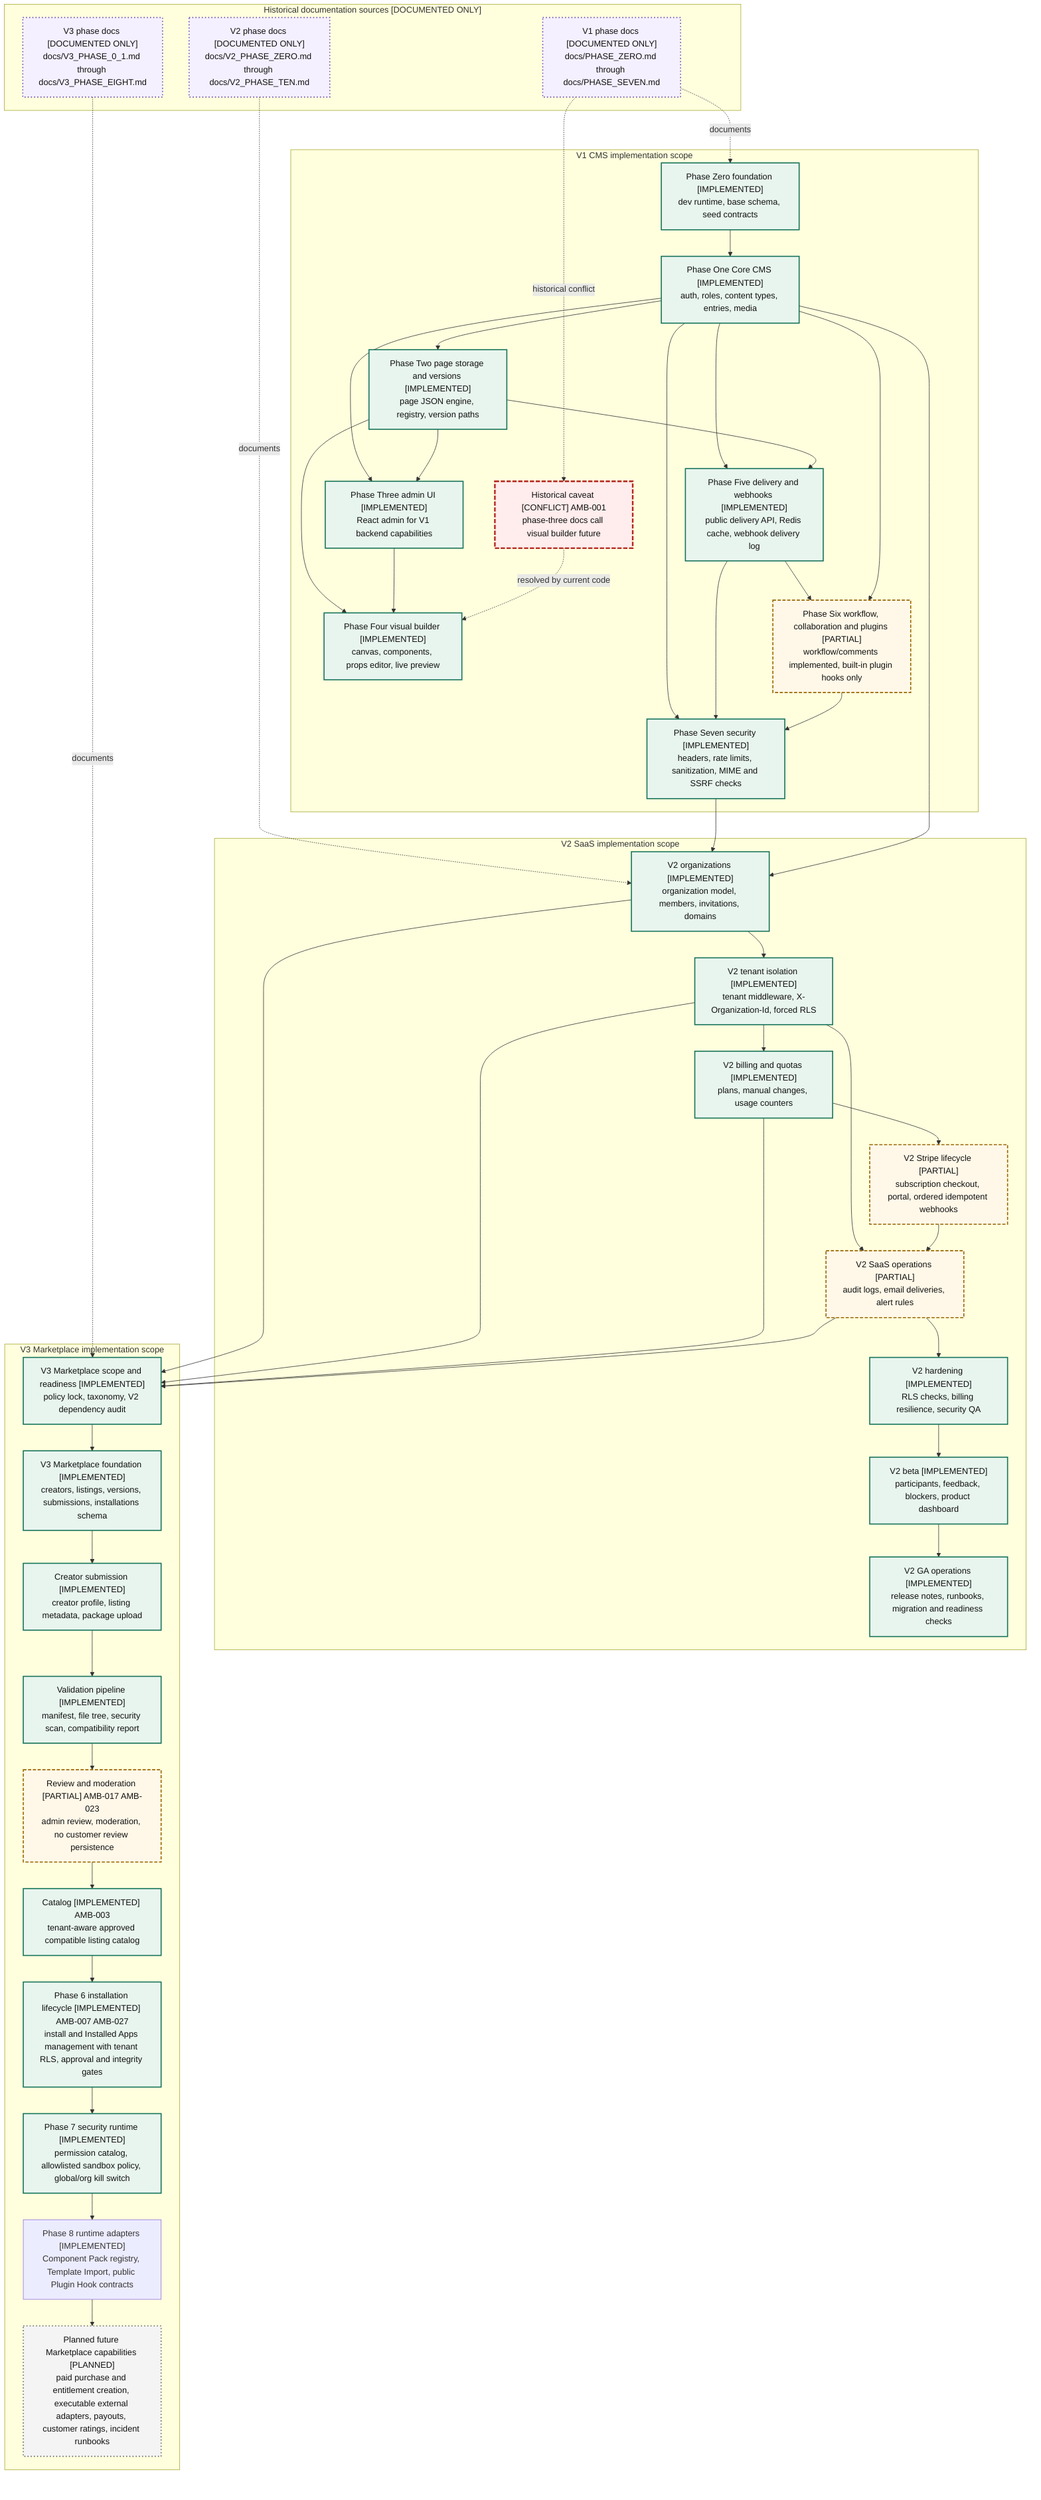
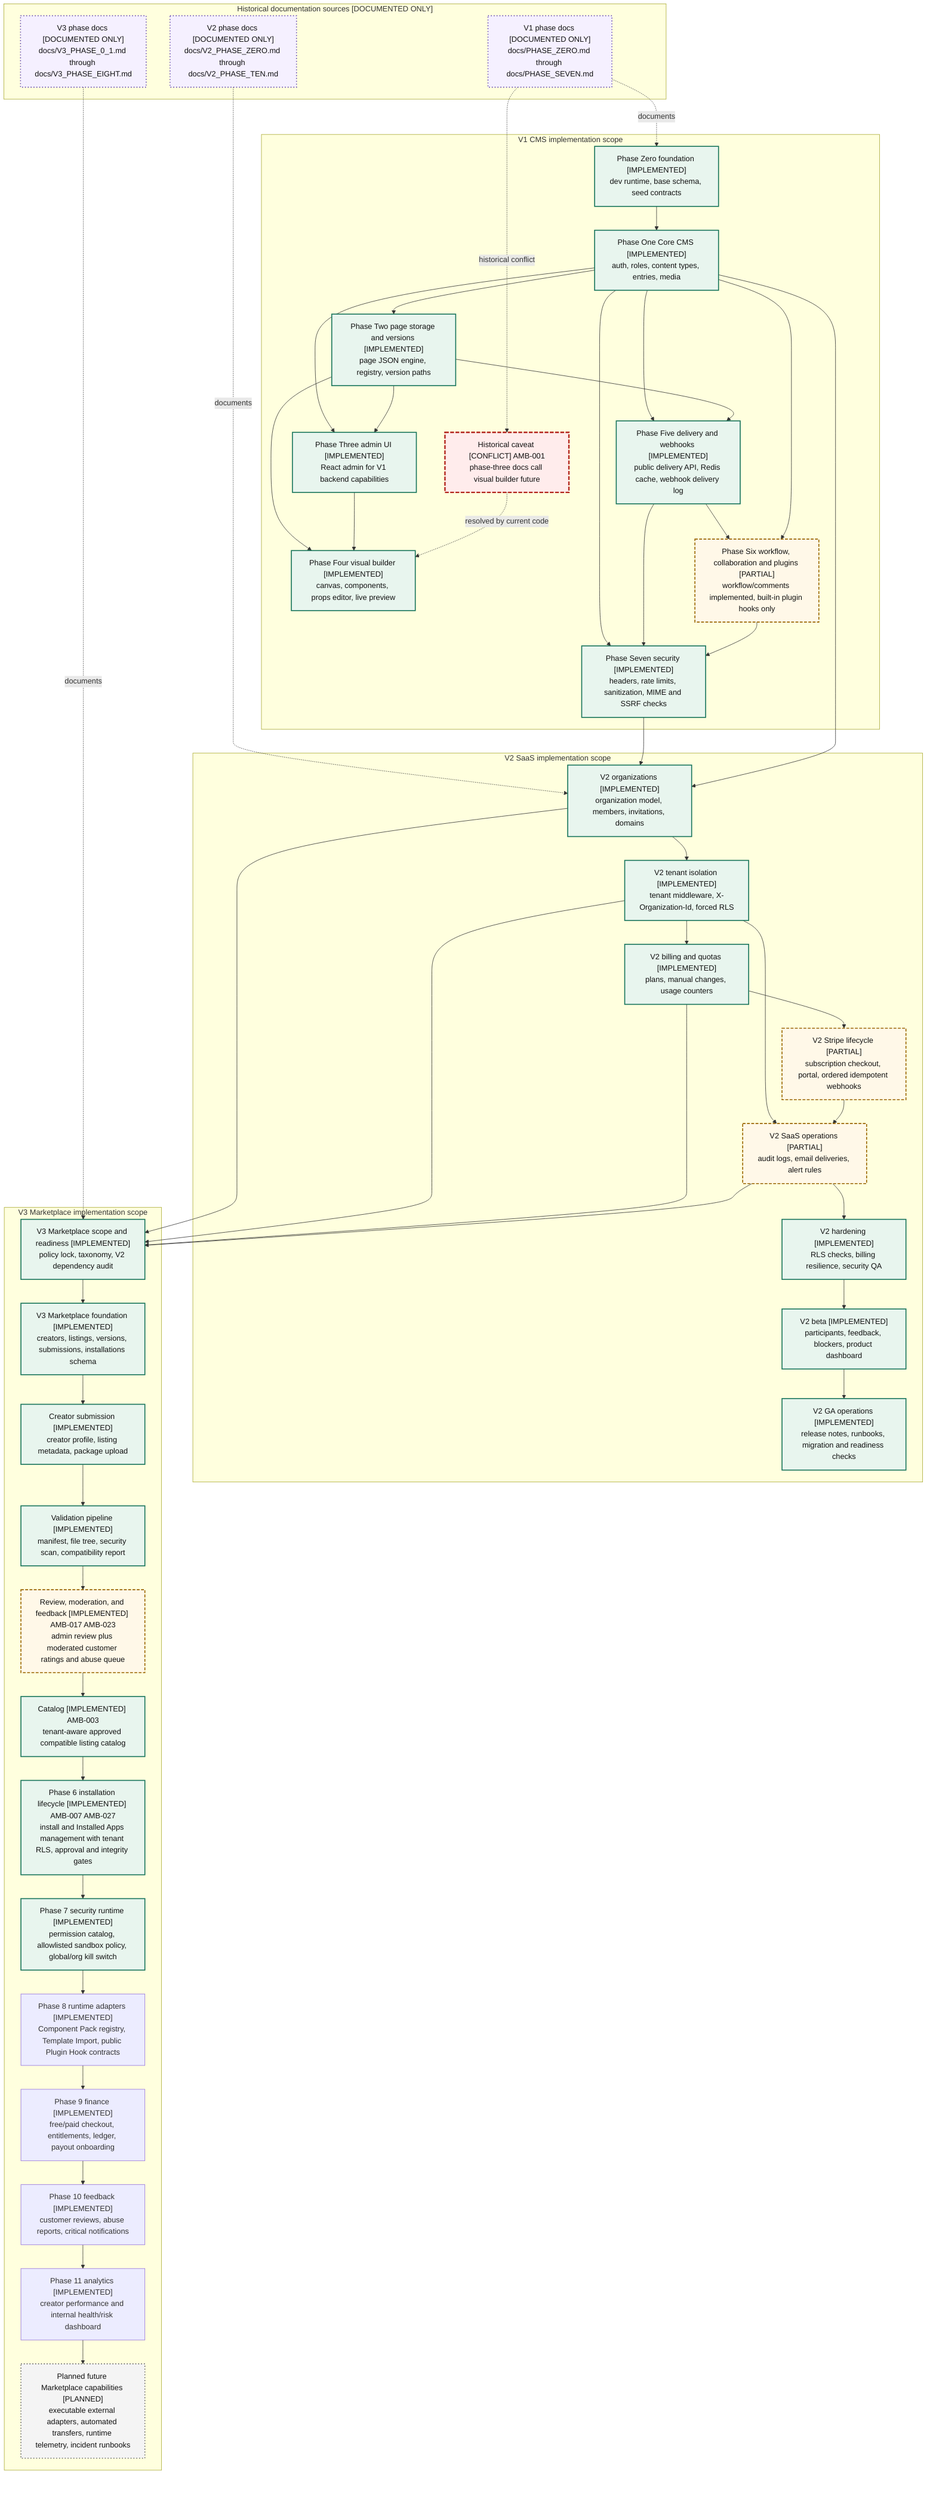
%% Evidence: docs/PHASE_ZERO.md
%% Evidence: docs/PHASE_ONE.md
%% Evidence: docs/PHASE_TWO.md
%% Evidence: docs/PHASE_THREE.md
%% Evidence: docs/PHASE_FOUR.md
%% Evidence: docs/PHASE_FIVE.md
%% Evidence: docs/PHASE_SIX.md
%% Evidence: docs/PHASE_SEVEN.md
%% Evidence: docs/V2_PHASE_ZERO.md
%% Evidence: docs/V2_PHASE_ONE.md
%% Evidence: docs/V2_PHASE_THREE.md
%% Evidence: docs/V2_PHASE_FIVE.md
%% Evidence: docs/V2_PHASE_SIX.md
%% Evidence: docs/V2_PHASE_SEVEN.md
%% Evidence: docs/V2_PHASE_EIGHT.md
%% Evidence: docs/V2_PHASE_NINE.md
%% Evidence: docs/V2_PHASE_TEN.md
%% Evidence: docs/V3_PHASE_0_1.md
%% Evidence: docs/V3_PHASE_0_2.md
%% Evidence: docs/V3_PHASE_ONE.md
%% Evidence: docs/V3_PHASE_TWO.md
%% Evidence: docs/V3_PHASE_THREE.md
%% Evidence: docs/V3_PHASE_FOUR.md
%% Evidence: docs/V3_PHASE_FIVE.md
%% Evidence: docs/V3_PHASE_SEVEN.md
%% Evidence: backend/migrations/0019_v3_phase_six_installation_lifecycle.sql
%% Evidence: backend/migrations/0020_v3_phase_seven_permission_sandbox_kill_switch.sql
%% Evidence: backend/migrations/0021_v3_phase_eight_runtime_adapters.sql
%% Evidence: backend/src/services/marketplace_runtime.rs
%% Evidence: backend/src/routes/marketplace_runtime.rs
%% Evidence: backend/src/services/marketplace_adapters.rs
%% Evidence: backend/src/routes/marketplace_adapters.rs
%% Evidence: docs/V3_PHASE_EIGHT.md
%% Evidence: backend/src/services/marketplace_installation.rs
%% Evidence: backend/src/routes/marketplace.rs
%% Evidence: frontend/src/pages/MarketplacePage.tsx
%% Evidence: docs/V3_MARKETPLACE_GAP_LIST.md
%% Evidence: docs/diagrams/ARCHITECTURE_AUDIT.md
%% Evidence: docs/diagrams/AMBIGUITIES.md
flowchart TD
  subgraph historical_docs["Historical documentation sources [DOCUMENTED ONLY]"]
    hist_v1["V1 phase docs [DOCUMENTED ONLY]<br/>docs/PHASE_ZERO.md through docs/PHASE_SEVEN.md"]
    hist_v2["V2 phase docs [DOCUMENTED ONLY]<br/>docs/V2_PHASE_ZERO.md through docs/V2_PHASE_TEN.md"]
    hist_v3["V3 phase docs [DOCUMENTED ONLY]<br/>docs/V3_PHASE_0_1.md through docs/V3_PHASE_EIGHT.md"]
  end

  subgraph v1_scope["V1 CMS implementation scope"]
    phase_zero["Phase Zero foundation [IMPLEMENTED]<br/>dev runtime, base schema, seed contracts"]
    phase_one["Phase One Core CMS [IMPLEMENTED]<br/>auth, roles, content types, entries, media"]
    phase_two["Phase Two page storage and versions [IMPLEMENTED]<br/>page JSON engine, registry, version paths"]
    phase_three["Phase Three admin UI [IMPLEMENTED]<br/>React admin for V1 backend capabilities"]
    phase_three_caveat["Historical caveat [CONFLICT] AMB-001<br/>phase-three docs call visual builder future"]
    phase_four["Phase Four visual builder [IMPLEMENTED]<br/>canvas, components, props editor, live preview"]
    phase_five["Phase Five delivery and webhooks [IMPLEMENTED]<br/>public delivery API, Redis cache, webhook delivery log"]
    phase_six["Phase Six workflow, collaboration and plugins [PARTIAL]<br/>workflow/comments implemented, built-in plugin hooks only"]
    phase_seven["Phase Seven security [IMPLEMENTED]<br/>headers, rate limits, sanitization, MIME and SSRF checks"]
  end

  subgraph v2_scope["V2 SaaS implementation scope"]
    v2_orgs["V2 organizations [IMPLEMENTED]<br/>organization model, members, invitations, domains"]
    v2_tenant["V2 tenant isolation [IMPLEMENTED]<br/>tenant middleware, X-Organization-Id, forced RLS"]
    v2_billing_quotas["V2 billing and quotas [IMPLEMENTED]<br/>plans, manual changes, usage counters"]
    v2_stripe["V2 Stripe lifecycle [PARTIAL]<br/>subscription checkout, portal, ordered idempotent webhooks"]
    v2_saas_ops["V2 SaaS operations [PARTIAL]<br/>audit logs, email deliveries, alert rules"]
    v2_hardening["V2 hardening [IMPLEMENTED]<br/>RLS checks, billing resilience, security QA"]
    v2_beta["V2 beta [IMPLEMENTED]<br/>participants, feedback, blockers, product dashboard"]
    v2_ga["V2 GA operations [IMPLEMENTED]<br/>release notes, runbooks, migration and readiness checks"]
  end

  subgraph v3_scope["V3 Marketplace implementation scope"]
    v3_scope_ready["V3 Marketplace scope and readiness [IMPLEMENTED]<br/>policy lock, taxonomy, V2 dependency audit"]
    v3_foundation["V3 Marketplace foundation [IMPLEMENTED]<br/>creators, listings, versions, submissions, installations schema"]
    v3_creator_submission["Creator submission [IMPLEMENTED]<br/>creator profile, listing metadata, package upload"]
    v3_validation["Validation pipeline [IMPLEMENTED]<br/>manifest, file tree, security scan, compatibility report"]
-     v3_review["Review and moderation [PARTIAL] AMB-017 AMB-023<br/>admin review, moderation, no customer review persistence"]
+     v3_review["Review, moderation, and feedback [IMPLEMENTED] AMB-017 AMB-023<br/>admin review plus moderated customer ratings and abuse queue"]
    v3_catalog["Catalog [IMPLEMENTED] AMB-003<br/>tenant-aware approved compatible listing catalog"]
    v3_install["Phase 6 installation lifecycle [IMPLEMENTED] AMB-007 AMB-027<br/>install and Installed Apps management with tenant RLS, approval and integrity gates"]
    v3_security["Phase 7 security runtime [IMPLEMENTED]<br/>permission catalog, allowlisted sandbox policy, global/org kill switch"]
    v3_adapters["Phase 8 runtime adapters [IMPLEMENTED]<br/>Component Pack registry, Template Import, public Plugin Hook contracts"]
-     v3_future["Planned future Marketplace capabilities [PLANNED]<br/>paid purchase and entitlement creation, executable external adapters, payouts, customer ratings, incident runbooks"]
+     v3_finance["Phase 9 finance [IMPLEMENTED]<br/>free/paid checkout, entitlements, ledger, payout onboarding"]
+     v3_feedback["Phase 10 feedback [IMPLEMENTED]<br/>customer reviews, abuse reports, critical notifications"]
+     v3_analytics["Phase 11 analytics [IMPLEMENTED]<br/>creator performance and internal health/risk dashboard"]
+     v3_future["Planned future Marketplace capabilities [PLANNED]<br/>executable external adapters, automated transfers, runtime telemetry, incident runbooks"]
  end

  hist_v1 -. documents .-> phase_zero
  hist_v2 -. documents .-> v2_orgs
  hist_v3 -. documents .-> v3_scope_ready
  hist_v1 -. historical conflict .-> phase_three_caveat

  phase_zero --> phase_one
  phase_one --> phase_two
  phase_one --> phase_three
  phase_two --> phase_three
  phase_two --> phase_four
  phase_three --> phase_four
  phase_one --> phase_five
  phase_two --> phase_five
  phase_five --> phase_six
  phase_one --> phase_six
  phase_one --> phase_seven
  phase_five --> phase_seven
  phase_six --> phase_seven
  phase_three_caveat -. resolved by current code .-> phase_four

  phase_seven --> v2_orgs
  phase_one --> v2_orgs
  v2_orgs --> v2_tenant
  v2_tenant --> v2_billing_quotas
  v2_billing_quotas --> v2_stripe
  v2_tenant --> v2_saas_ops
  v2_stripe --> v2_saas_ops
  v2_saas_ops --> v2_hardening
  v2_hardening --> v2_beta
  v2_beta --> v2_ga

  v2_orgs --> v3_scope_ready
  v2_tenant --> v3_scope_ready
  v2_billing_quotas --> v3_scope_ready
  v2_saas_ops --> v3_scope_ready
  v3_scope_ready --> v3_foundation
  v3_foundation --> v3_creator_submission
  v3_creator_submission --> v3_validation
  v3_validation --> v3_review
  v3_review --> v3_catalog
  v3_catalog --> v3_install
  v3_install --> v3_security
  v3_security --> v3_adapters
-   v3_adapters --> v3_future
+   v3_adapters --> v3_finance
+   v3_finance --> v3_feedback
+   v3_feedback --> v3_analytics
+   v3_analytics --> v3_future

  class hist_v1,hist_v2,hist_v3 documented
  class phase_zero,phase_one,phase_two,phase_three,phase_four,phase_five,phase_seven,v2_orgs,v2_tenant,v2_billing_quotas,v2_hardening,v2_beta,v2_ga,v3_scope_ready,v3_foundation,v3_creator_submission,v3_validation,v3_catalog,v3_install,v3_security implemented
  class phase_six,v2_stripe,v2_saas_ops,v3_review partial
  class v3_future planned
  class phase_three_caveat conflict
  classDef implemented fill:#e8f5ee,stroke:#17745b,stroke-width:2px,color:#111
  classDef partial fill:#fff8e8,stroke:#9a6500,stroke-width:2px,stroke-dasharray: 6 3,color:#111
  classDef planned fill:#f4f4f4,stroke:#666,stroke-width:2px,stroke-dasharray: 2 4,color:#111
  classDef documented fill:#f5f0ff,stroke:#6a4fb3,stroke-width:2px,stroke-dasharray: 2 4,color:#111
  classDef conflict fill:#ffecec,stroke:#b3261e,stroke-width:3px,stroke-dasharray: 8 3,color:#111
